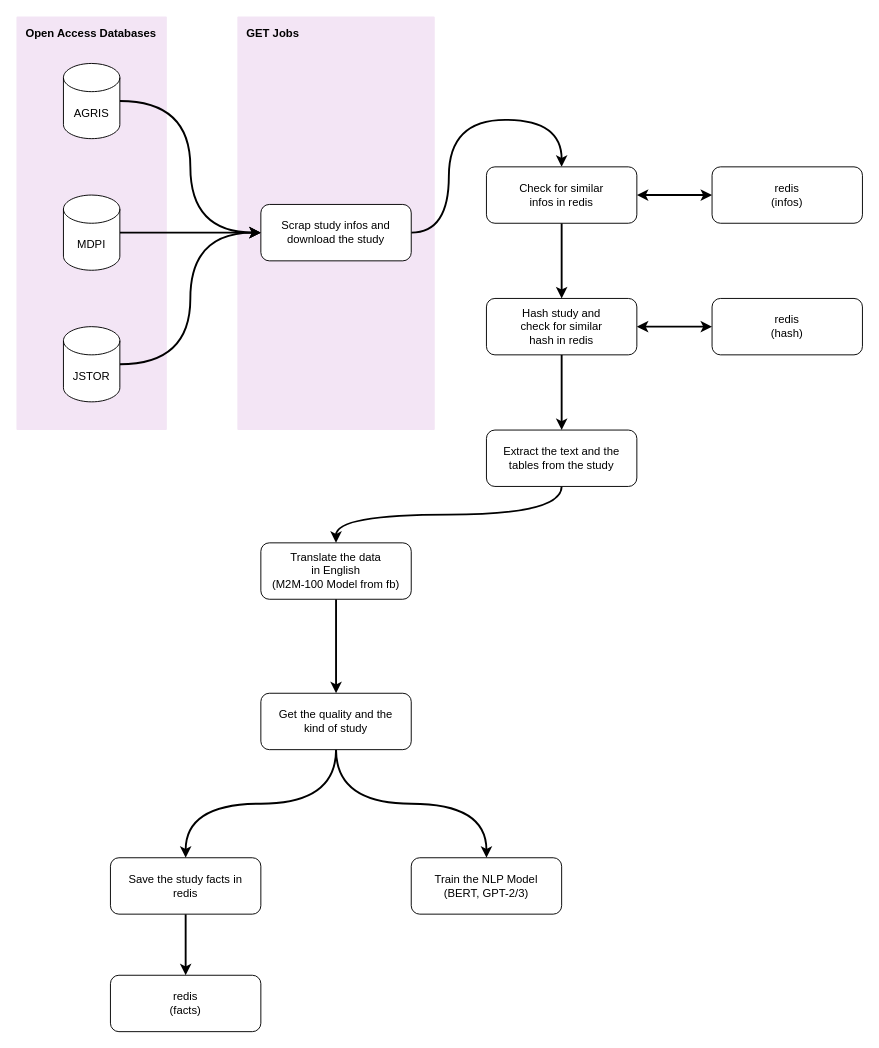
The draw.io diagram Truely_Concept.drawio in Truely-Code/basic_things, before the edit. Source tidied: cells renumbered, new cells numbered last; positions are measured from the earlier drawing's top-left corner, leaving out a move shared by most shapes. Both pictures are drawn from the tidied source at 94%, with x=0, y=0 at pixel (16, 16).
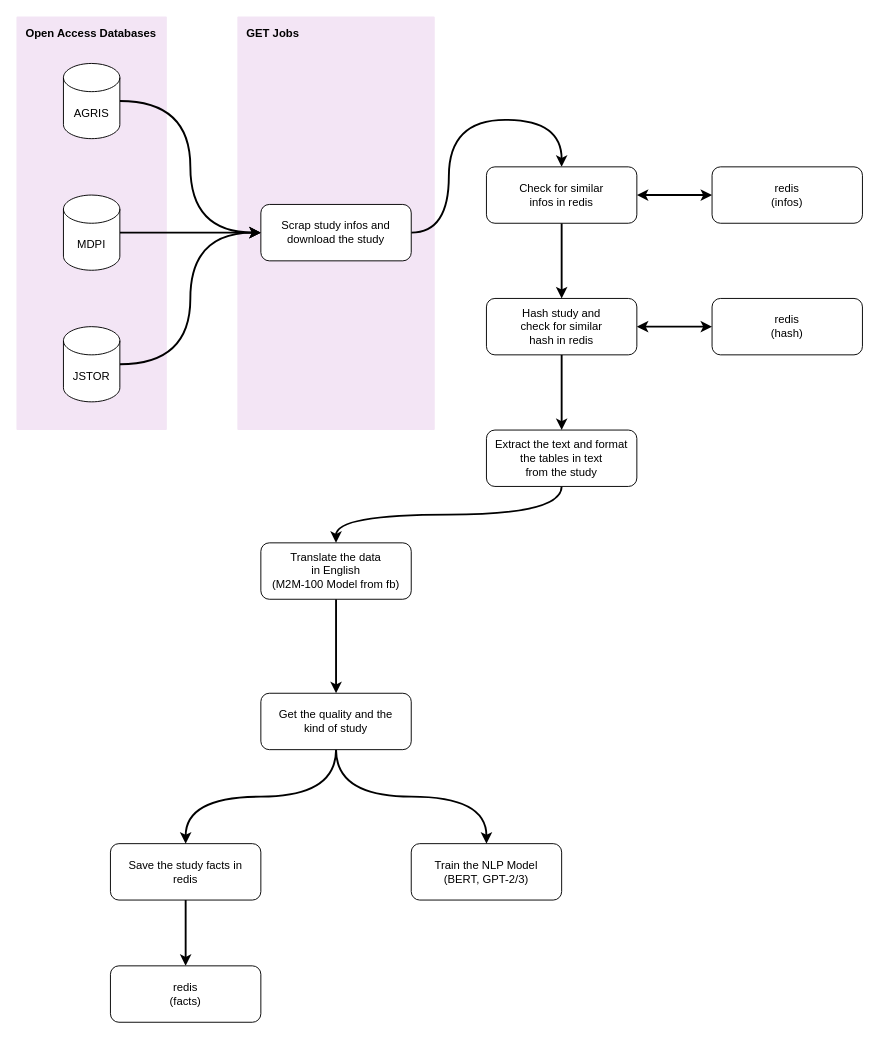
Above is the later version.

What changed in the source:
```diff
@@
     <mxCell id="13" value="Save the study facts in&lt;br&gt;redis" style="rounded=1;whiteSpace=wrap;html=1;" parent="1" vertex="1">
-      <mxGeometry x="100" y="895" width="160" height="60" as="geometry" />
+      <mxGeometry x="100" y="880" width="160" height="60" as="geometry" />
     </mxCell>
     <mxCell id="14" value="Train the NLP Model&lt;br&gt;(BERT, GPT-2/3)" style="rounded=1;whiteSpace=wrap;html=1;" parent="1" vertex="1">
-      <mxGeometry x="420" y="895" width="160" height="60" as="geometry" />
+      <mxGeometry x="420" y="880" width="160" height="60" as="geometry" />
     </mxCell>
@@
-    <mxCell id="16" value="Extract the text and the tables from the study" style="rounded=1;whiteSpace=wrap;html=1;" parent="1" vertex="1">
+    <mxCell id="16" value="Extract the text and format the tables in text&lt;br&gt;from the study" style="rounded=1;whiteSpace=wrap;html=1;" parent="1" vertex="1">
       <mxGeometry x="500" y="440" width="160" height="60" as="geometry" />
     </mxCell>
@@
     <mxCell id="30" value="redis&lt;br&gt;(facts)" style="rounded=1;whiteSpace=wrap;html=1;" parent="1" vertex="1">
-      <mxGeometry x="100" y="1020" width="160" height="60" as="geometry" />
+      <mxGeometry x="100" y="1010" width="160" height="60" as="geometry" />
     </mxCell>
```
